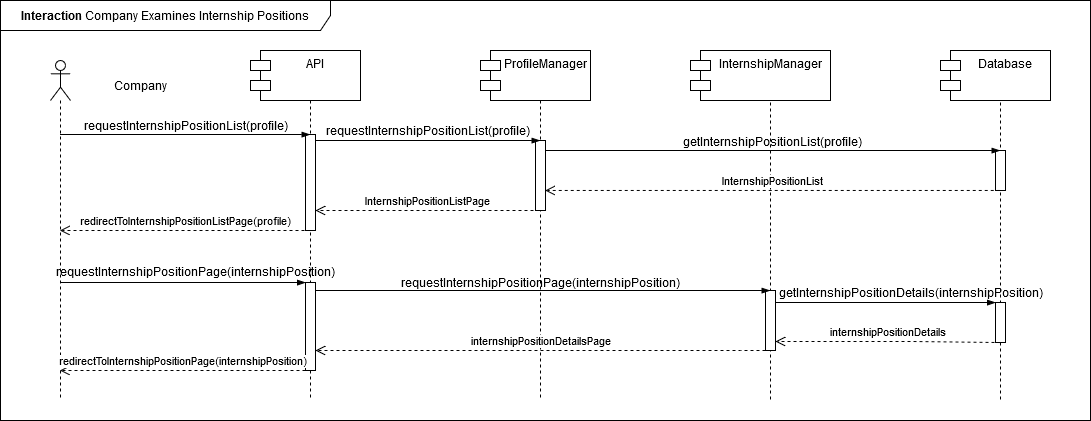
Above: DD/Images/Interactions/INT12_CompanyExaminesInternships.drawio.png in edogriba/GribaldoRosa (draw.io), before the change. Source tidied: cells renumbered, new cells last; positions are measured from the earlier drawing's top-left corner, leaving out a move shared by most shapes.
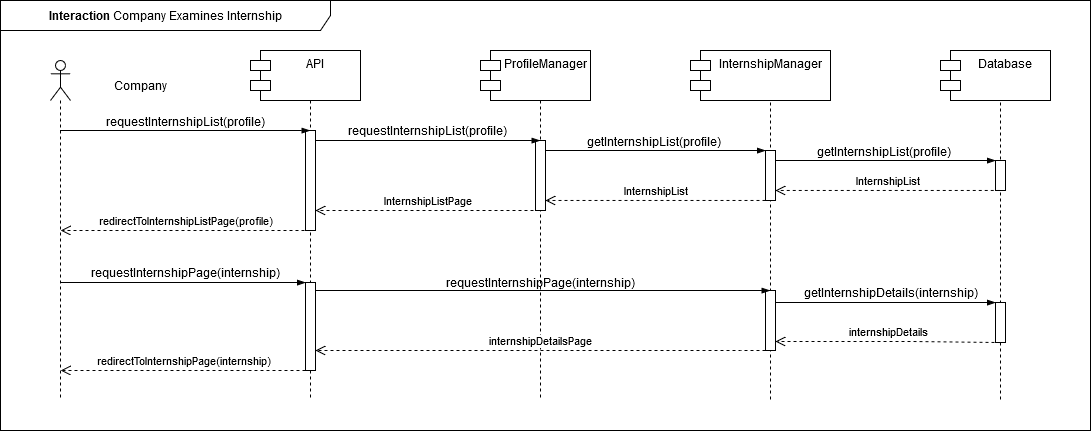
The same file after the commit.

The edit, as a diff of the source:
```diff
@@ -5,11 +5,14 @@
     <mxCell id="2" value=":Object" style="shape=umlLifeline;perimeter=lifelinePerimeter;whiteSpace=wrap;html=1;newEdgeStyle={&quot;curved&quot;:0,&quot;rounded&quot;:0};" parent="1" vertex="1">
       <mxGeometry x="720" y="50" width="100" height="350" as="geometry" />
     </mxCell>
+    <mxCell id="37" style="html=1;points=[[0,0,0,0,5],[0,1,0,0,-5],[1,0,0,0,5],[1,1,0,0,-5]];perimeter=orthogonalPerimeter;outlineConnect=0;targetShapes=umlLifeline;portConstraint=eastwest;newEdgeStyle={&quot;curved&quot;:0,&quot;rounded&quot;:0};" parent="2" vertex="1">
+      <mxGeometry x="45" y="100" width="10" height="50" as="geometry" />
+    </mxCell>
     <mxCell id="3" value="S&amp;amp;C" style="shape=umlLifeline;perimeter=lifelinePerimeter;whiteSpace=wrap;html=1;newEdgeStyle={&quot;edgeStyle&quot;:&quot;elbowEdgeStyle&quot;,&quot;elbow&quot;:&quot;vertical&quot;,&quot;curved&quot;:0,&quot;rounded&quot;:0};" parent="1" vertex="1">
       <mxGeometry x="260" y="60" width="100" height="340" as="geometry" />
     </mxCell>
     <mxCell id="4" style="html=1;points=[[0,0,0,0,5],[0,1,0,0,-5],[1,0,0,0,5],[1,1,0,0,-5]];perimeter=orthogonalPerimeter;outlineConnect=0;targetShapes=umlLifeline;portConstraint=eastwest;newEdgeStyle={&quot;curved&quot;:0,&quot;rounded&quot;:0};" parent="3" vertex="1">
-      <mxGeometry x="45" y="74" width="10" height="96" as="geometry" />
+      <mxGeometry x="45" y="70" width="10" height="100" as="geometry" />
     </mxCell>
     <mxCell id="5" style="shape=umlLifeline;perimeter=lifelinePerimeter;whiteSpace=wrap;html=1;outlineConnect=0;portConstraint=eastwest;newEdgeStyle={&quot;curved&quot;:0,&quot;rounded&quot;:0};participant=umlActor;" parent="1" vertex="1">
       <mxGeometry x="50" y="60" width="20" height="340" as="geometry" />
@@ -19,18 +22,18 @@
     </mxCell>
     <mxCell id="7" style="edgeStyle=elbowEdgeStyle;fontSize=12;html=1;endArrow=blockThin;endFill=1;rounded=0;" parent="1" edge="1">
       <mxGeometry relative="1" as="geometry">
-        <mxPoint x="60.1" y="134" as="sourcePoint" />
-        <mxPoint x="309.5" y="134" as="targetPoint" />
+        <mxPoint x="60.1" y="130" as="sourcePoint" />
+        <mxPoint x="309.5" y="130" as="targetPoint" />
         <Array as="points">
-          <mxPoint x="210" y="134" />
+          <mxPoint x="210" y="130" />
         </Array>
       </mxGeometry>
     </mxCell>
-    <mxCell id="8" value="requestInternshipPositionList(profile)" style="text;html=1;align=center;verticalAlign=middle;strokeColor=none;fillColor=none;" parent="1" vertex="1">
-      <mxGeometry x="70" y="110" width="230" height="30" as="geometry" />
+    <mxCell id="8" value="requestInternshipList(profile)" style="text;html=1;align=center;verticalAlign=middle;strokeColor=none;fillColor=none;" parent="1" vertex="1">
+      <mxGeometry x="95" y="106" width="180" height="30" as="geometry" />
     </mxCell>
-    <mxCell id="9" value="&lt;b&gt;Interaction&lt;/b&gt; Company Examines Internship Positions" style="shape=umlFrame;whiteSpace=wrap;html=1;width=330;height=30;" parent="1" vertex="1">
-      <mxGeometry width="1090" height="420" as="geometry" />
+    <mxCell id="9" value="&lt;b&gt;Interaction&lt;/b&gt; Company Examines Internship" style="shape=umlFrame;whiteSpace=wrap;html=1;width=330;height=30;" parent="1" vertex="1">
+      <mxGeometry width="1090" height="430" as="geometry" />
     </mxCell>
     <mxCell id="10" value="API" style="shape=module;align=left;spacingLeft=20;align=center;verticalAlign=top;whiteSpace=wrap;html=1;" parent="1" vertex="1">
       <mxGeometry x="250" y="50" width="110" height="50" as="geometry" />
@@ -51,7 +54,7 @@
       <mxGeometry x="950" y="50" width="100" height="350" as="geometry" />
     </mxCell>
     <mxCell id="16" style="html=1;perimeter=orthogonalPerimeter;targetShapes=umlLifeline;newEdgeStyle={&quot;curved&quot;:0,&quot;rounded&quot;:0};" parent="15" vertex="1">
-      <mxGeometry x="45" y="100" width="10" height="40" as="geometry" />
+      <mxGeometry x="45" y="110" width="10" height="30" as="geometry" />
     </mxCell>
     <mxCell id="17" style="html=1;points=[[0,0,0,0,5],[0,1,0,0,-5],[1,0,0,0,5],[1,1,0,0,-5]];perimeter=orthogonalPerimeter;outlineConnect=0;targetShapes=umlLifeline;portConstraint=eastwest;newEdgeStyle={&quot;curved&quot;:0,&quot;rounded&quot;:0};" parent="15" vertex="1">
       <mxGeometry x="45" y="252" width="10" height="40" as="geometry" />
@@ -59,10 +62,10 @@
     <mxCell id="18" value="Database" style="shape=module;align=left;spacingLeft=20;align=center;verticalAlign=top;whiteSpace=wrap;html=1;" parent="1" vertex="1">
       <mxGeometry x="940" y="50" width="110" height="50" as="geometry" />
     </mxCell>
-    <mxCell id="19" value="requestInternshipPositionList(profile)" style="text;html=1;align=center;verticalAlign=middle;strokeColor=none;fillColor=none;" parent="1" vertex="1">
-      <mxGeometry x="312" y="115" width="230" height="30" as="geometry" />
+    <mxCell id="19" value="requestInternshipList(profile)" style="text;html=1;align=center;verticalAlign=middle;strokeColor=none;fillColor=none;" parent="1" vertex="1">
+      <mxGeometry x="337" y="115" width="180" height="30" as="geometry" />
     </mxCell>
-    <mxCell id="20" value="InternshipPositionListPage" style="html=1;verticalAlign=bottom;endArrow=open;dashed=1;endSize=8;curved=0;rounded=0;" parent="1" edge="1" target="4">
+    <mxCell id="20" value="InternshipListPage" style="html=1;verticalAlign=bottom;endArrow=open;dashed=1;endSize=8;curved=0;rounded=0;" parent="1" edge="1" target="4">
       <mxGeometry relative="1" as="geometry">
         <mxPoint x="539" y="210" as="sourcePoint" />
         <Array as="points">
@@ -70,28 +73,24 @@
         </Array>
       </mxGeometry>
     </mxCell>
-    <mxCell id="21" value="getInternshipPositionList(profile)" style="text;html=1;align=center;verticalAlign=middle;strokeColor=none;fillColor=none;" parent="1" vertex="1">
-      <mxGeometry x="672" y="126" width="200" height="30" as="geometry" />
+    <mxCell id="21" value="getInternshipList(profile)" style="text;html=1;align=center;verticalAlign=middle;strokeColor=none;fillColor=none;" parent="1" vertex="1">
+      <mxGeometry x="573" y="126" width="160" height="30" as="geometry" />
     </mxCell>
-    <mxCell id="22" value="redirectToInternshipPositionListPage(profile)" style="html=1;verticalAlign=bottom;endArrow=open;dashed=1;endSize=8;curved=0;rounded=0;" parent="1" edge="1" target="5">
+    <mxCell id="22" value="redirectToInternshipListPage(profile)" style="html=1;verticalAlign=bottom;endArrow=open;dashed=1;endSize=8;curved=0;rounded=0;" parent="1" edge="1" target="5">
       <mxGeometry relative="1" as="geometry">
         <mxPoint x="310" y="230" as="sourcePoint" />
       </mxGeometry>
     </mxCell>
-    <mxCell id="23" value="requestInternshipPositionPage(internshipPosition)" style="text;html=1;align=center;verticalAlign=middle;strokeColor=none;fillColor=none;" parent="1" vertex="1">
-      <mxGeometry x="390" y="267" width="300" height="30" as="geometry" />
+    <mxCell id="23" value="requestInternshipPage(internship)" style="text;html=1;align=center;verticalAlign=middle;strokeColor=none;fillColor=none;" parent="1" vertex="1">
+      <mxGeometry x="435" y="267" width="210" height="30" as="geometry" />
     </mxCell>
-    <mxCell id="24" value="InternshipPositionList" style="html=1;verticalAlign=bottom;endArrow=open;dashed=1;endSize=8;curved=0;rounded=0;" parent="1" edge="1">
+    <mxCell id="24" value="InternshipList" style="html=1;verticalAlign=bottom;endArrow=open;dashed=1;endSize=8;curved=0;rounded=0;" parent="1" edge="1" target="37">
       <mxGeometry relative="1" as="geometry">
         <mxPoint x="999.2" y="190" as="sourcePoint" />
-        <mxPoint x="544.8" y="190" as="targetPoint" />
-        <Array as="points">
-          <mxPoint x="675.8" y="190" />
-        </Array>
       </mxGeometry>
     </mxCell>
-    <mxCell id="25" value="getInternshipPositionDetails(internshipPosition)" style="text;html=1;align=center;verticalAlign=middle;strokeColor=none;fillColor=none;" parent="1" vertex="1">
-      <mxGeometry x="765" y="277" width="290" height="30" as="geometry" />
+    <mxCell id="25" value="getInternshipDetails(internship)" style="text;html=1;align=center;verticalAlign=middle;strokeColor=none;fillColor=none;" parent="1" vertex="1">
+      <mxGeometry x="790" y="277" width="200" height="30" as="geometry" />
     </mxCell>
     <mxCell id="26" style="edgeStyle=elbowEdgeStyle;fontSize=12;html=1;endArrow=blockThin;endFill=1;rounded=0;" parent="1" edge="1" target="17">
       <mxGeometry relative="1" as="geometry">
@@ -104,7 +103,7 @@
     <mxCell id="27" style="html=1;points=[[0,0,0,0,5],[0,1,0,0,-5],[1,0,0,0,5],[1,1,0,0,-5]];perimeter=orthogonalPerimeter;outlineConnect=0;targetShapes=umlLifeline;portConstraint=eastwest;newEdgeStyle={&quot;curved&quot;:0,&quot;rounded&quot;:0};" parent="1" vertex="1">
       <mxGeometry x="765" y="290" width="10" height="60" as="geometry" />
     </mxCell>
-    <mxCell id="28" value="internshipPositionDetails" style="html=1;verticalAlign=bottom;endArrow=open;dashed=1;endSize=8;curved=0;rounded=0;" parent="1" edge="1" target="27">
+    <mxCell id="28" value="internshipDetails" style="html=1;verticalAlign=bottom;endArrow=open;dashed=1;endSize=8;curved=0;rounded=0;" parent="1" edge="1" target="27">
       <mxGeometry relative="1" as="geometry">
         <mxPoint x="1000" y="342.1" as="sourcePoint" />
         <Array as="points">
@@ -115,7 +114,7 @@
     <mxCell id="29" style="html=1;points=[[0,0,0,0,5],[0,1,0,0,-5],[1,0,0,0,5],[1,1,0,0,-5]];perimeter=orthogonalPerimeter;outlineConnect=0;targetShapes=umlLifeline;portConstraint=eastwest;newEdgeStyle={&quot;curved&quot;:0,&quot;rounded&quot;:0};" parent="1" vertex="1">
       <mxGeometry x="305" y="282" width="10" height="88" as="geometry" />
     </mxCell>
-    <mxCell id="30" value="internshipPositionDetailsPage" style="html=1;verticalAlign=bottom;endArrow=open;dashed=1;endSize=8;curved=0;rounded=0;" parent="1" edge="1">
+    <mxCell id="30" value="internshipDetailsPage" style="html=1;verticalAlign=bottom;endArrow=open;dashed=1;endSize=8;curved=0;rounded=0;" parent="1" edge="1">
       <mxGeometry relative="1" as="geometry">
         <mxPoint x="765" y="350" as="sourcePoint" />
         <mxPoint x="315" y="350" as="targetPoint" />
@@ -132,15 +131,15 @@
         </Array>
       </mxGeometry>
     </mxCell>
-    <mxCell id="32" style="edgeStyle=elbowEdgeStyle;fontSize=12;html=1;endArrow=blockThin;endFill=1;rounded=0;elbow=vertical;" parent="1" edge="1" source="12" target="15">
+    <mxCell id="32" style="edgeStyle=elbowEdgeStyle;fontSize=12;html=1;endArrow=blockThin;endFill=1;rounded=0;elbow=vertical;" parent="1" edge="1" source="12" target="37">
       <mxGeometry x="-0.04" y="30" relative="1" as="geometry">
         <Array as="points">
           <mxPoint x="665" y="150" />
         </Array>
       </mxGeometry>
     </mxCell>
-    <mxCell id="33" value="requestInternshipPositionPage(internshipPosition)" style="text;html=1;align=center;verticalAlign=middle;strokeColor=none;fillColor=none;" parent="1" vertex="1">
-      <mxGeometry x="45" y="256" width="300" height="30" as="geometry" />
+    <mxCell id="33" value="requestInternshipPage(internship)" style="text;html=1;align=center;verticalAlign=middle;strokeColor=none;fillColor=none;" parent="1" vertex="1">
+      <mxGeometry x="80" y="257" width="210" height="30" as="geometry" />
     </mxCell>
     <mxCell id="34" style="edgeStyle=elbowEdgeStyle;fontSize=12;html=1;endArrow=blockThin;endFill=1;rounded=0;" parent="1" edge="1" source="5" target="29">
       <mxGeometry relative="1" as="geometry">
@@ -158,12 +157,29 @@
         </Array>
       </mxGeometry>
     </mxCell>
-    <mxCell id="36" value="redirectToInternshipPositionPage(internshipPosition)" style="html=1;verticalAlign=bottom;endArrow=open;dashed=1;endSize=8;curved=0;rounded=0;" parent="1" edge="1" source="29" target="5">
+    <mxCell id="36" value="redirectToInternshipPage(internship)" style="html=1;verticalAlign=bottom;endArrow=open;dashed=1;endSize=8;curved=0;rounded=0;" parent="1" edge="1" source="29" target="5">
       <mxGeometry relative="1" as="geometry">
         <Array as="points">
           <mxPoint x="215.5" y="370" />
         </Array>
       </mxGeometry>
     </mxCell>
+    <mxCell id="38" value="InternshipList" style="html=1;verticalAlign=bottom;endArrow=open;dashed=1;endSize=8;curved=0;rounded=0;" parent="1" edge="1" target="12">
+      <mxGeometry relative="1" as="geometry">
+        <mxPoint x="765" y="200" as="sourcePoint" />
+      </mxGeometry>
+    </mxCell>
+    <mxCell id="39" value="getInternshipList(profile)" style="text;html=1;align=center;verticalAlign=middle;strokeColor=none;fillColor=none;" parent="1" vertex="1">
+      <mxGeometry x="803" y="136" width="160" height="30" as="geometry" />
+    </mxCell>
+    <mxCell id="40" style="edgeStyle=elbowEdgeStyle;fontSize=12;html=1;endArrow=blockThin;endFill=1;rounded=0;elbow=vertical;" parent="1" edge="1">
+      <mxGeometry x="-0.04" y="30" relative="1" as="geometry">
+        <mxPoint x="775" y="160" as="sourcePoint" />
+        <mxPoint x="995" y="160" as="targetPoint" />
+        <Array as="points">
+          <mxPoint x="895" y="160" />
+        </Array>
+      </mxGeometry>
+    </mxCell>
   </root>
 </mxGraphModel>
```
